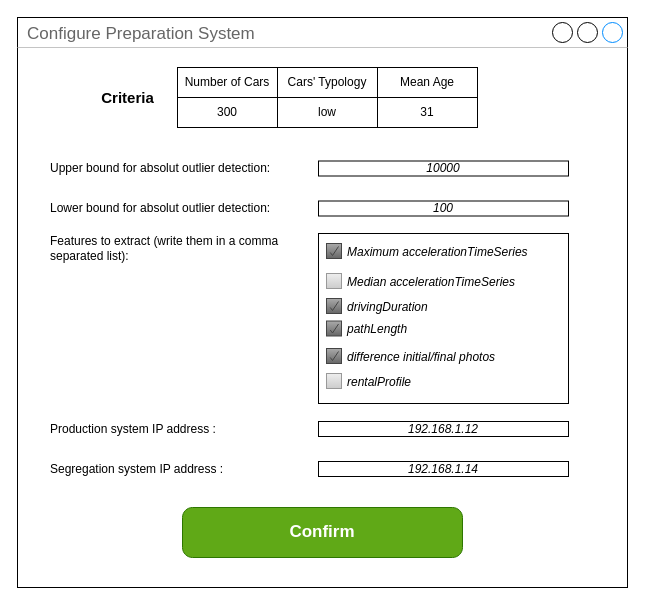
This is configure/preparation system (CAPE)/preparation_system.drawio from BaffoBello14/AutomaticDamagesRecognition, a draw.io file, before an edit. Source tidied: cells renumbered, new cells numbered last; positions are measured from the earlier drawing's top-left corner, leaving out a move shared by most shapes. Both pictures are drawn from the tidied source at 100%, with x=0, y=0 at pixel (17, 17).
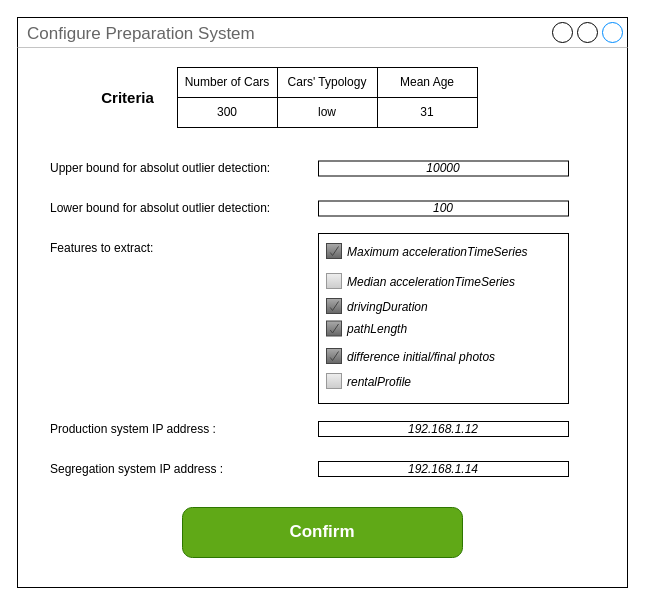
The same diagram, later.

Change to the diagram source:
```diff
@@
-    <mxCell id="8" value="Features to extract (write them in a comma separated list):" style="text;html=1;strokeColor=none;fillColor=none;align=left;verticalAlign=middle;whiteSpace=wrap;rounded=0;" parent="1" vertex="1">
+    <mxCell id="8" value="Features to extract:" style="text;html=1;strokeColor=none;fillColor=none;align=left;verticalAlign=middle;whiteSpace=wrap;rounded=0;" parent="1" vertex="1">
       <mxGeometry x="31" y="216" width="240" height="30" as="geometry" />
     </mxCell>
```
